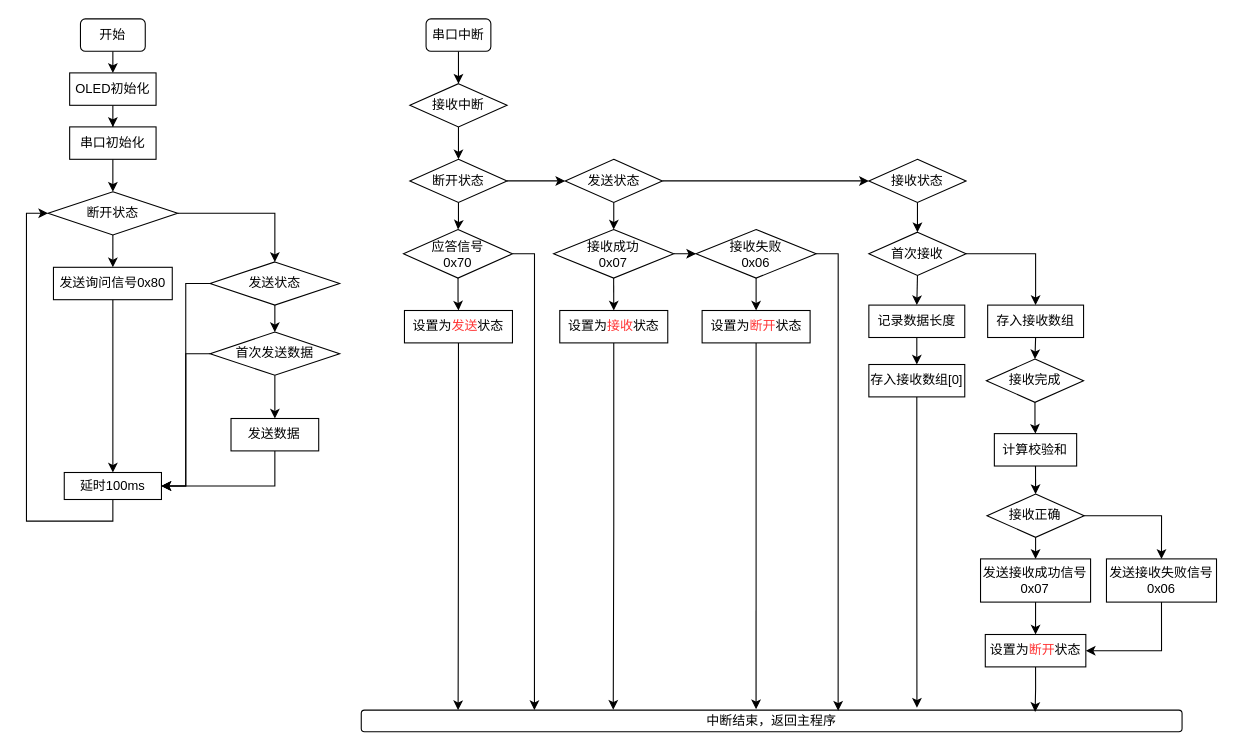
This is Untitled Diagram.drawio from lituo666/uart-STC8F, a draw.io file, before an edit. Source tidied: cells renumbered, new cells numbered last; positions are measured from the earlier drawing's top-left corner, leaving out a move shared by most shapes. Both pictures are drawn from the tidied source at 108%, with x=0, y=0 at pixel (48, 18).
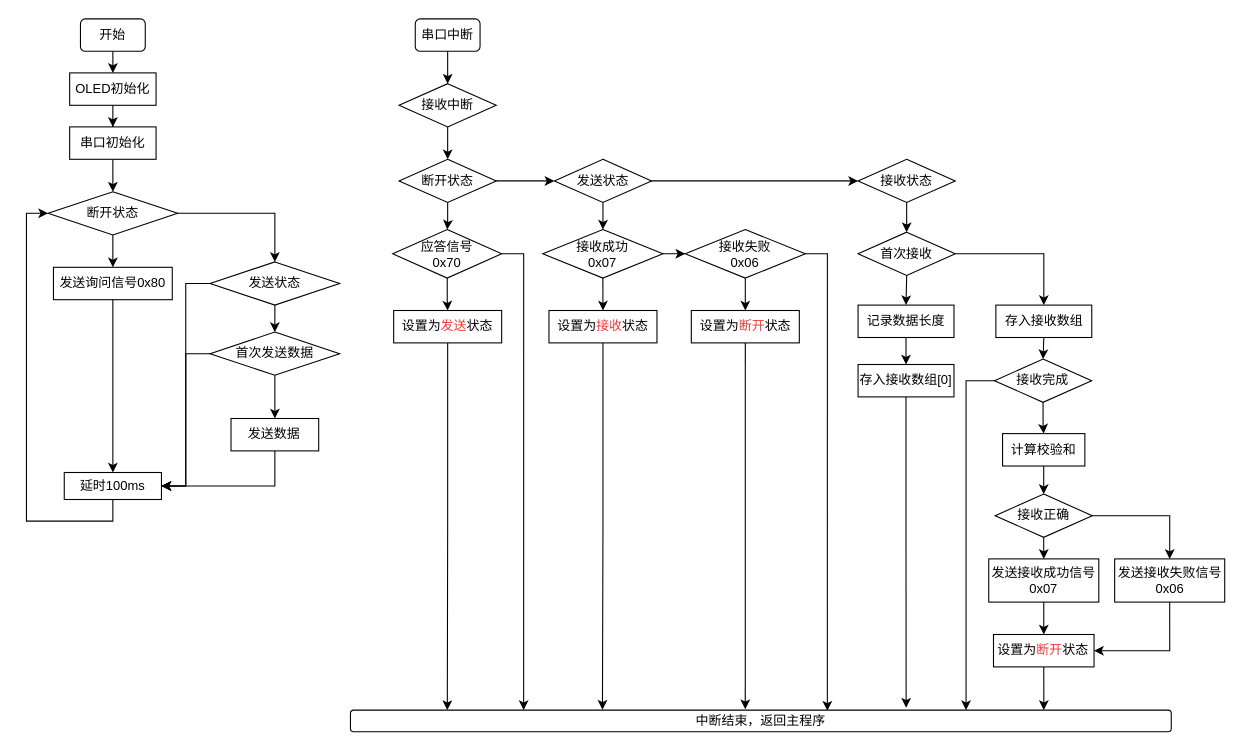
After the change.

What changed in the source:
```diff
@@
     <mxCell id="24" value="串口中断" style="rounded=1;whiteSpace=wrap;html=1;" parent="1" vertex="1">
-      <mxGeometry x="350" width="60" height="30" as="geometry" />
+      <mxGeometry x="340" width="60" height="30" as="geometry" />
     </mxCell>
@@
     <mxCell id="26" value="接收中断" style="rhombus;whiteSpace=wrap;html=1;" parent="1" vertex="1">
-      <mxGeometry x="335" y="60" width="90" height="40" as="geometry" />
+      <mxGeometry x="325" y="60" width="90" height="40" as="geometry" />
     </mxCell>
@@
     <mxCell id="29" value="断开状态" style="rhombus;whiteSpace=wrap;html=1;" parent="1" vertex="1">
-      <mxGeometry x="335" y="130" width="90" height="40" as="geometry" />
+      <mxGeometry x="325" y="130" width="90" height="40" as="geometry" />
     </mxCell>
@@
     <mxCell id="32" value="应答信号&lt;br&gt;0x70" style="rhombus;whiteSpace=wrap;html=1;" parent="1" vertex="1">
-      <mxGeometry x="329.1" y="195" width="100.9" height="45" as="geometry" />
+      <mxGeometry x="319.1" y="195" width="100.9" height="45" as="geometry" />
     </mxCell>
@@
     <mxCell id="34" value="设置为&lt;font color=&quot;#ff3333&quot;&gt;发送&lt;/font&gt;状态" style="whiteSpace=wrap;html=1;" parent="1" vertex="1">
-      <mxGeometry x="330" y="270" width="100" height="30" as="geometry" />
+      <mxGeometry x="320" y="270" width="100" height="30" as="geometry" />
     </mxCell>
     <mxCell id="35" value="中断结束，返回主程序" style="rounded=1;whiteSpace=wrap;html=1;" parent="1" vertex="1">
-      <mxGeometry x="290" y="640" width="760" height="20" as="geometry" />
+      <mxGeometry x="280" y="640" width="760" height="20" as="geometry" />
     </mxCell>
@@
     <mxCell id="38" value="发送状态" style="rhombus;whiteSpace=wrap;html=1;" parent="1" vertex="1">
-      <mxGeometry x="478.8" y="130" width="90" height="40" as="geometry" />
+      <mxGeometry x="468.8" y="130" width="90" height="40" as="geometry" />
     </mxCell>
@@
     <mxCell id="41" value="接收成功&lt;br&gt;0x07" style="rhombus;whiteSpace=wrap;html=1;" parent="1" vertex="1">
-      <mxGeometry x="468.1" y="195" width="111.2" height="45" as="geometry" />
+      <mxGeometry x="458.1" y="195" width="111.2" height="45" as="geometry" />
     </mxCell>
@@
     <mxCell id="43" value="设置为&lt;font color=&quot;#ff3333&quot;&gt;接收&lt;/font&gt;状态" style="whiteSpace=wrap;html=1;" parent="1" vertex="1">
-      <mxGeometry x="473.8" y="270" width="100" height="30" as="geometry" />
+      <mxGeometry x="463.8" y="270" width="100" height="30" as="geometry" />
     </mxCell>
@@
     <mxCell id="45" value="接收状态" style="rhombus;whiteSpace=wrap;html=1;" parent="1" vertex="1">
-      <mxGeometry x="760" y="130" width="90" height="40" as="geometry" />
+      <mxGeometry x="750" y="130" width="90" height="40" as="geometry" />
     </mxCell>
@@
     <mxCell id="48" value="首次接收" style="rhombus;whiteSpace=wrap;html=1;" parent="1" vertex="1">
-      <mxGeometry x="760" y="197.5" width="90" height="40" as="geometry" />
+      <mxGeometry x="750" y="197.5" width="90" height="40" as="geometry" />
     </mxCell>
@@
     <mxCell id="50" value="存入接收数组[0]" style="whiteSpace=wrap;html=1;" parent="1" vertex="1">
-      <mxGeometry x="760" y="320" width="88.8" height="30" as="geometry" />
+      <mxGeometry x="750" y="320" width="88.8" height="30" as="geometry" />
     </mxCell>
@@
     <mxCell id="52" value="记录数据长度" style="whiteSpace=wrap;html=1;" parent="1" vertex="1">
-      <mxGeometry x="760" y="265" width="88.8" height="30" as="geometry" />
+      <mxGeometry x="750" y="265" width="88.8" height="30" as="geometry" />
     </mxCell>
@@
     <mxCell id="54" value="存入接收数组" style="whiteSpace=wrap;html=1;" parent="1" vertex="1">
-      <mxGeometry x="870" y="265" width="88.8" height="30" as="geometry" />
+      <mxGeometry x="877.6" y="265" width="88.8" height="30" as="geometry" />
     </mxCell>
@@
+    <mxCell id="73" style="edgeStyle=orthogonalEdgeStyle;rounded=0;jettySize=auto;html=1;exitX=0;exitY=0.5;exitDx=0;exitDy=0;" parent="1" edge="1" source="56">
+      <mxGeometry relative="1" as="geometry">
+        <mxPoint x="850" y="640" as="targetPoint" />
+        <Array as="points">
+          <mxPoint x="850" y="335" />
+          <mxPoint x="850" y="640" />
+        </Array>
+      </mxGeometry>
+    </mxCell>
     <mxCell id="56" value="接收完成" style="rhombus;whiteSpace=wrap;html=1;" parent="1" vertex="1">
-      <mxGeometry x="868.8" y="315" width="90" height="40" as="geometry" />
+      <mxGeometry x="876.3" y="315" width="90" height="40" as="geometry" />
     </mxCell>
@@
     <mxCell id="58" value="计算校验和" style="whiteSpace=wrap;html=1;" parent="1" vertex="1">
-      <mxGeometry x="876.2" y="384" width="76.2" height="30" as="geometry" />
+      <mxGeometry x="883.8" y="384" width="76.2" height="30" as="geometry" />
     </mxCell>
@@
     <mxCell id="61" value="接收正确" style="rhombus;whiteSpace=wrap;html=1;" parent="1" vertex="1">
-      <mxGeometry x="869.4" y="440" width="90" height="40" as="geometry" />
+      <mxGeometry x="876.9" y="440" width="90" height="40" as="geometry" />
     </mxCell>
-    <mxCell id="62" style="edgeStyle=orthogonalEdgeStyle;rounded=0;jettySize=auto;html=1;exitX=0.5;exitY=1;exitDx=0;exitDy=0;entryX=0.821;entryY=0.083;entryDx=0;entryDy=0;entryPerimeter=0;" parent="1" edge="1" source="63" target="35">
-      <mxGeometry relative="1" as="geometry" />
+    <mxCell id="62" style="edgeStyle=orthogonalEdgeStyle;rounded=0;jettySize=auto;html=1;exitX=0.5;exitY=1;exitDx=0;exitDy=0;" parent="1" edge="1" source="63">
+      <mxGeometry relative="1" as="geometry">
+        <mxPoint x="922" y="640" as="targetPoint" />
+        <Array as="points">
+          <mxPoint x="922" y="620" />
+          <mxPoint x="922" y="620" />
+        </Array>
+      </mxGeometry>
     </mxCell>
     <mxCell id="63" value="设置为&lt;font color=&quot;#ff3333&quot;&gt;断开&lt;/font&gt;状态" style="whiteSpace=wrap;html=1;" parent="1" vertex="1">
-      <mxGeometry x="867.8" y="570" width="93.1" height="30" as="geometry" />
+      <mxGeometry x="875.4" y="570" width="93.1" height="30" as="geometry" />
     </mxCell>
@@
     <mxCell id="65" value="发送接收成功信号&lt;br&gt;0x07" style="whiteSpace=wrap;html=1;" parent="1" vertex="1">
-      <mxGeometry x="863.4" y="500" width="101.9" height="40" as="geometry" />
+      <mxGeometry x="871" y="500" width="101.9" height="40" as="geometry" />
     </mxCell>
@@
     <mxCell id="67" value="发送接收失败信号&lt;br&gt;0x06" style="whiteSpace=wrap;html=1;" parent="1" vertex="1">
-      <mxGeometry x="980" y="500" width="101.9" height="40" as="geometry" />
+      <mxGeometry x="987.6" y="500" width="101.9" height="40" as="geometry" />
     </mxCell>
@@
     <mxCell id="69" style="edgeStyle=orthogonalEdgeStyle;rounded=0;jettySize=auto;html=1;exitX=1;exitY=0.5;exitDx=0;exitDy=0;entryX=0.581;entryY=0.028;entryDx=0;entryDy=0;entryPerimeter=0;" parent="1" edge="1" source="70" target="35">
       <mxGeometry relative="1" as="geometry">
         <Array as="points">
-          <mxPoint x="732" y="218" />
-          <mxPoint x="732" y="641" />
+          <mxPoint x="722" y="218" />
+          <mxPoint x="722" y="641" />
         </Array>
       </mxGeometry>
     </mxCell>
     <mxCell id="70" value="接收失败&lt;br&gt;0x06" style="rhombus;whiteSpace=wrap;html=1;" parent="1" vertex="1">
-      <mxGeometry x="600" y="195" width="111.2" height="45" as="geometry" />
+      <mxGeometry x="590" y="195" width="111.2" height="45" as="geometry" />
     </mxCell>
@@
     <mxCell id="72" value="设置为&lt;font color=&quot;#ff3333&quot;&gt;断开&lt;/font&gt;状态" style="whiteSpace=wrap;html=1;" parent="1" vertex="1">
-      <mxGeometry x="605.6" y="270" width="100" height="30" as="geometry" />
+      <mxGeometry x="595.6" y="270" width="100" height="30" as="geometry" />
     </mxCell>
```
